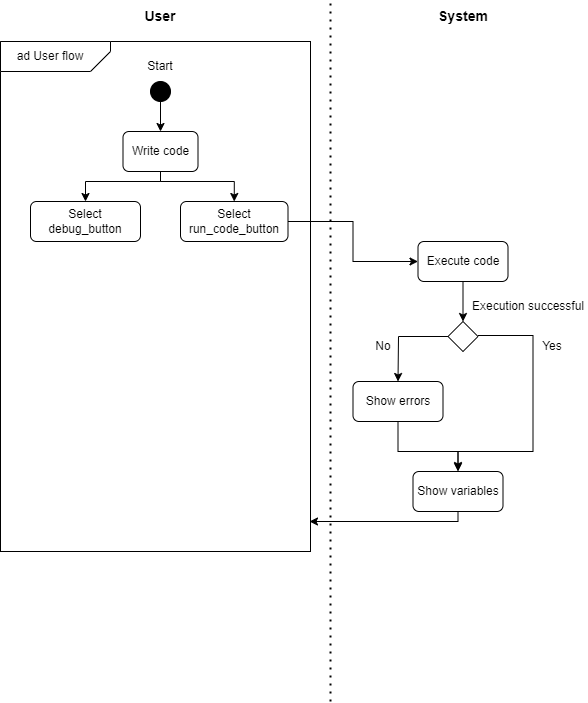
The draw.io diagram wiki_images/s3.png in hedyorg/hedy, before a commit. Source tidied: cells renumbered, new cells last; positions are measured from the earlier drawing's top-left corner, leaving out a move shared by most shapes.
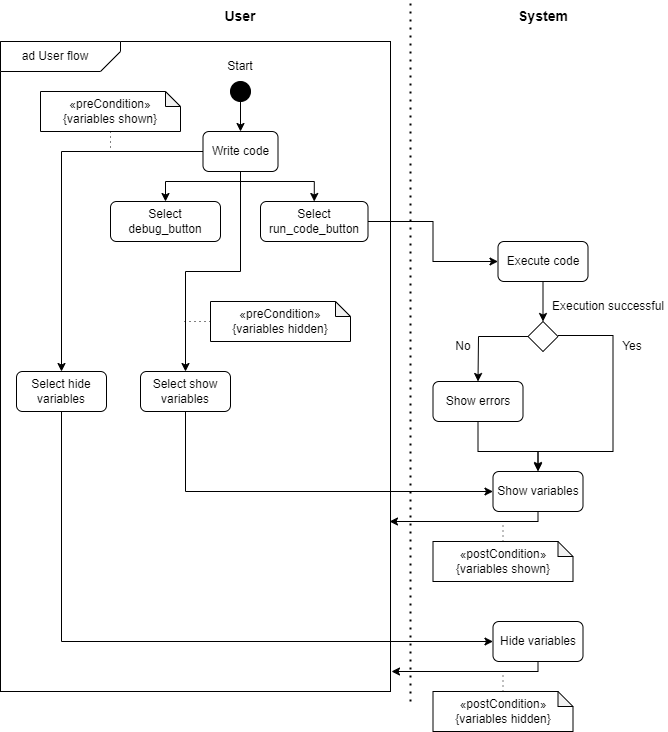
After the commit.

The edit, as a diff of the source:
```diff
@@ -3,7 +3,7 @@
     <mxCell id="0" />
     <mxCell id="1" parent="0" />
     <mxCell id="2" style="rounded=0;whiteSpace=wrap;html=1;" parent="1" vertex="1">
-      <mxGeometry y="40" width="310" height="510" as="geometry" />
+      <mxGeometry x="-80" y="40" width="390" height="650" as="geometry" />
     </mxCell>
     <mxCell id="3" style="edgeStyle=orthogonalEdgeStyle;rounded=0;jettySize=auto;html=1;entryX=0.5;entryY=0;entryDx=0;entryDy=0;" parent="1" edge="1" source="4" target="8">
       <mxGeometry relative="1" as="geometry" />
@@ -30,6 +30,12 @@
         </Array>
       </mxGeometry>
     </mxCell>
+    <mxCell id="29" style="edgeStyle=orthogonalEdgeStyle;rounded=0;jettySize=auto;html=1;entryX=0.5;entryY=0;entryDx=0;entryDy=0;" parent="1" edge="1" source="8" target="34">
+      <mxGeometry relative="1" as="geometry" />
+    </mxCell>
+    <mxCell id="30" style="edgeStyle=orthogonalEdgeStyle;rounded=0;jettySize=auto;html=1;entryX=0.5;entryY=0;entryDx=0;entryDy=0;" parent="1" edge="1" source="8" target="36">
+      <mxGeometry relative="1" as="geometry" />
+    </mxCell>
     <mxCell id="8" value="Write code" style="rounded=1;whiteSpace=wrap;html=1;" parent="1" vertex="1">
       <mxGeometry x="122.5" y="130" width="75" height="40" as="geometry" />
     </mxCell>
@@ -102,6 +108,38 @@
     <mxCell id="25" value="Show variables" style="rounded=1;whiteSpace=wrap;html=1;" parent="1" vertex="1">
       <mxGeometry x="412.5" y="470" width="90" height="40" as="geometry" />
     </mxCell>
+    <mxCell id="31" style="edgeStyle=orthogonalEdgeStyle;rounded=0;jettySize=auto;html=1;" parent="1" edge="1" source="32">
+      <mxGeometry relative="1" as="geometry">
+        <mxPoint x="311" y="670" as="targetPoint" />
+        <Array as="points">
+          <mxPoint x="458" y="670" />
+          <mxPoint x="311" y="670" />
+        </Array>
+      </mxGeometry>
+    </mxCell>
+    <mxCell id="32" value="Hide variables" style="rounded=1;whiteSpace=wrap;html=1;" parent="1" vertex="1">
+      <mxGeometry x="412.5" y="620" width="90" height="40" as="geometry" />
+    </mxCell>
+    <mxCell id="33" style="edgeStyle=orthogonalEdgeStyle;rounded=0;jettySize=auto;html=1;entryX=0;entryY=0.5;entryDx=0;entryDy=0;" parent="1" edge="1" source="34" target="32">
+      <mxGeometry relative="1" as="geometry">
+        <Array as="points">
+          <mxPoint x="-19" y="640" />
+        </Array>
+      </mxGeometry>
+    </mxCell>
+    <mxCell id="34" value="Select hide variables" style="rounded=1;whiteSpace=wrap;html=1;" parent="1" vertex="1">
+      <mxGeometry x="-64" y="370" width="90" height="40" as="geometry" />
+    </mxCell>
+    <mxCell id="35" style="edgeStyle=orthogonalEdgeStyle;rounded=0;jettySize=auto;html=1;entryX=0;entryY=0.5;entryDx=0;entryDy=0;" parent="1" edge="1" source="36" target="25">
+      <mxGeometry relative="1" as="geometry">
+        <Array as="points">
+          <mxPoint x="105" y="490" />
+        </Array>
+      </mxGeometry>
+    </mxCell>
+    <mxCell id="36" value="Select show variables" style="rounded=1;whiteSpace=wrap;html=1;" parent="1" vertex="1">
+      <mxGeometry x="60" y="370" width="90" height="40" as="geometry" />
+    </mxCell>
     <mxCell id="26" style="edgeStyle=orthogonalEdgeStyle;rounded=0;jettySize=auto;html=1;" parent="1" edge="1" source="25">
       <mxGeometry relative="1" as="geometry">
         <mxPoint x="309" y="520" as="targetPoint" />
@@ -111,11 +149,43 @@
         </Array>
       </mxGeometry>
     </mxCell>
-    <mxCell id="27" style="shape=card;whiteSpace=wrap;html=1;rotation=-180;size=20;" parent="1" vertex="1">
-      <mxGeometry y="40" width="110" height="30" as="geometry" />
-    </mxCell>
+    <mxCell id="37" style="edgeStyle=orthogonalEdgeStyle;rounded=0;jettySize=auto;html=1;endArrow=none;endFill=0;dashed=1;dashPattern=1 4;" parent="1" edge="1" source="38">
+      <mxGeometry relative="1" as="geometry">
+        <mxPoint x="25" y="150" as="targetPoint" />
+      </mxGeometry>
+    </mxCell>
+    <mxCell id="38" value="«preCondition»&lt;div&gt;{variables shown}&lt;/div&gt;" style="shape=note;whiteSpace=wrap;html=1;backgroundOutline=1;darkOpacity=0.05;align=center;size=15;" parent="1" vertex="1">
+      <mxGeometry x="-40" y="90" width="140" height="40" as="geometry" />
+    </mxCell>
+    <mxCell id="39" style="edgeStyle=orthogonalEdgeStyle;rounded=0;jettySize=auto;html=1;endArrow=none;endFill=0;dashed=1;dashPattern=1 4;" parent="1" edge="1" source="40">
+      <mxGeometry relative="1" as="geometry">
+        <mxPoint x="100" y="320" as="targetPoint" />
+      </mxGeometry>
+    </mxCell>
+    <mxCell id="40" value="«preCondition»&lt;div&gt;{variables hidden}&lt;/div&gt;" style="shape=note;whiteSpace=wrap;html=1;backgroundOutline=1;darkOpacity=0.05;align=center;size=15;" parent="1" vertex="1">
+      <mxGeometry x="130" y="300" width="140" height="40" as="geometry" />
+    </mxCell>
+    <mxCell id="41" style="edgeStyle=orthogonalEdgeStyle;rounded=0;jettySize=auto;html=1;endArrow=none;endFill=0;dashed=1;dashPattern=1 4;" parent="1" edge="1" source="42">
+      <mxGeometry relative="1" as="geometry">
+        <mxPoint x="422.5" y="520" as="targetPoint" />
+      </mxGeometry>
+    </mxCell>
+    <mxCell id="42" value="«postCondition»&lt;div&gt;{variables shown}&lt;/div&gt;" style="shape=note;whiteSpace=wrap;html=1;backgroundOutline=1;darkOpacity=0.05;align=center;size=15;" parent="1" vertex="1">
+      <mxGeometry x="352.5" y="540" width="140" height="40" as="geometry" />
+    </mxCell>
+    <mxCell id="43" style="edgeStyle=orthogonalEdgeStyle;rounded=0;jettySize=auto;html=1;endArrow=none;endFill=0;dashed=1;dashPattern=1 4;" parent="1" edge="1" source="44">
+      <mxGeometry relative="1" as="geometry">
+        <mxPoint x="422.5" y="670" as="targetPoint" />
+      </mxGeometry>
+    </mxCell>
+    <mxCell id="44" value="«postCondition»&lt;div&gt;{variables hidden}&lt;/div&gt;" style="shape=note;whiteSpace=wrap;html=1;backgroundOutline=1;darkOpacity=0.05;align=center;size=15;" parent="1" vertex="1">
+      <mxGeometry x="352.5" y="690" width="140" height="40" as="geometry" />
+    </mxCell>
+    <mxCell id="45" style="shape=card;whiteSpace=wrap;html=1;rotation=-180;size=20;" parent="1" vertex="1">
+      <mxGeometry x="-80" y="40" width="120" height="30" as="geometry" />
+    </mxCell>
     <mxCell id="28" value="ad User flow" style="text;html=1;align=center;verticalAlign=middle;whiteSpace=wrap;rounded=0;" parent="1" vertex="1">
-      <mxGeometry y="40" width="100" height="30" as="geometry" />
+      <mxGeometry x="-80" y="40" width="110" height="30" as="geometry" />
     </mxCell>
   </root>
 </mxGraphModel>
```
